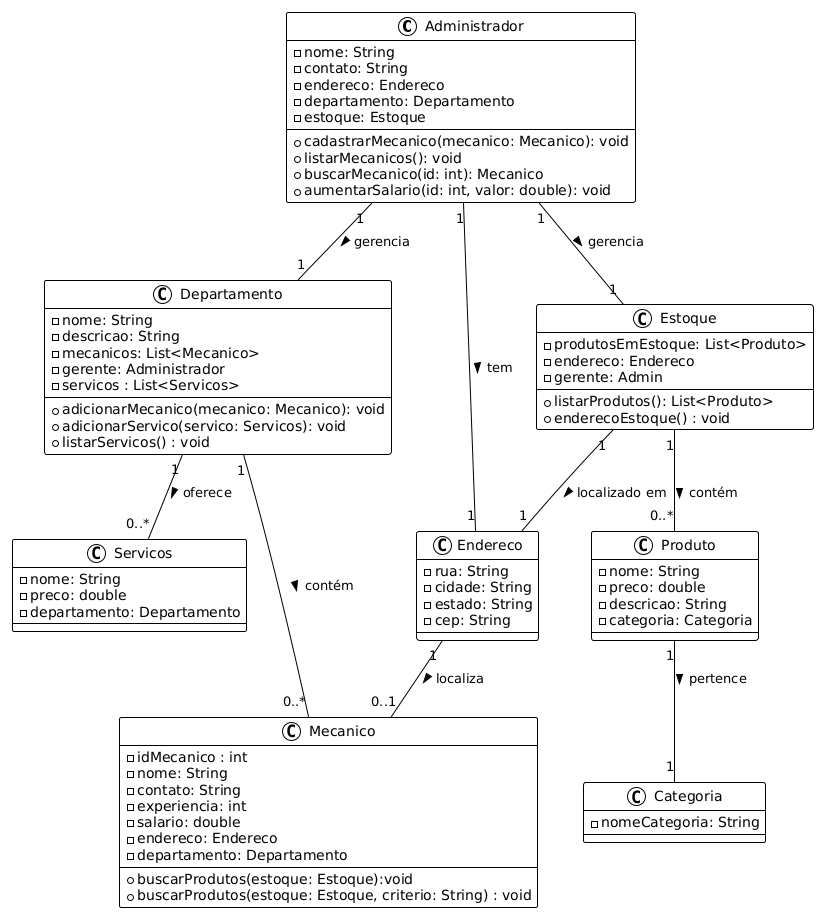
lucasz-g/Sprint-1---Ancora keeps this PlantUML diagram as documentos/Diagrama_Classes.png. Above is the earlier version. Its diagram source:
```plantuml
@startuml
!theme plain

class Administrador {
    - nome: String
    - contato: String
    - endereco: Endereco
    - departamento: Departamento
    - estoque: Estoque
    + cadastrarMecanico(mecanico: Mecanico): void
    + listarMecanicos(): void
    + buscarMecanico(id: int): Mecanico
    + aumentarSalario(id: int, valor: double): void
}

class Mecanico {
    - idMecanico : int
    - nome: String
    - contato: String
    - experiencia: int
    - salario: double
    - endereco: Endereco
    - departamento: Departamento
    + buscarProdutos(estoque: Estoque):void
    + buscarProdutos(estoque: Estoque, criterio: String) : void
}

class Produto {
    - nome: String
    - preco: double
    - descricao: String
    - categoria: Categoria
}

class Servicos {
    - nome: String
    - preco: double
    - departamento: Departamento
}

class Departamento {
    - nome: String
    - descricao: String
    - mecanicos: List<Mecanico>
    - gerente: Administrador
    - servicos : List<Servicos>
    + adicionarMecanico(mecanico: Mecanico): void
    + adicionarServico(servico: Servicos): void
    + listarServicos() : void

}

class Estoque {
    - produtosEmEstoque: List<Produto>
    - endereco: Endereco
    - gerente: Admin
    + listarProdutos(): List<Produto>
    + enderecoEstoque() : void
}

class Categoria {
    - nomeCategoria: String
}

class Endereco {
    - rua: String
    - cidade: String
    - estado: String
    - cep: String
}

Administrador "1" -- "1" Departamento : gerencia >
Administrador "1" -- "1" Estoque : gerencia >
Administrador "1" -- "1" Endereco : tem >
Departamento "1" -- "0..*" Mecanico : contém >
Departamento "1" -- "0..*" Servicos : oferece >
Estoque "1" -- "0..*" Produto : contém >
Estoque "1" -- "1" Endereco : localizado em >
Produto "1" -- "1" Categoria : pertence >
Endereco "1" -- "0..1" Mecanico : localiza >
@enduml
```
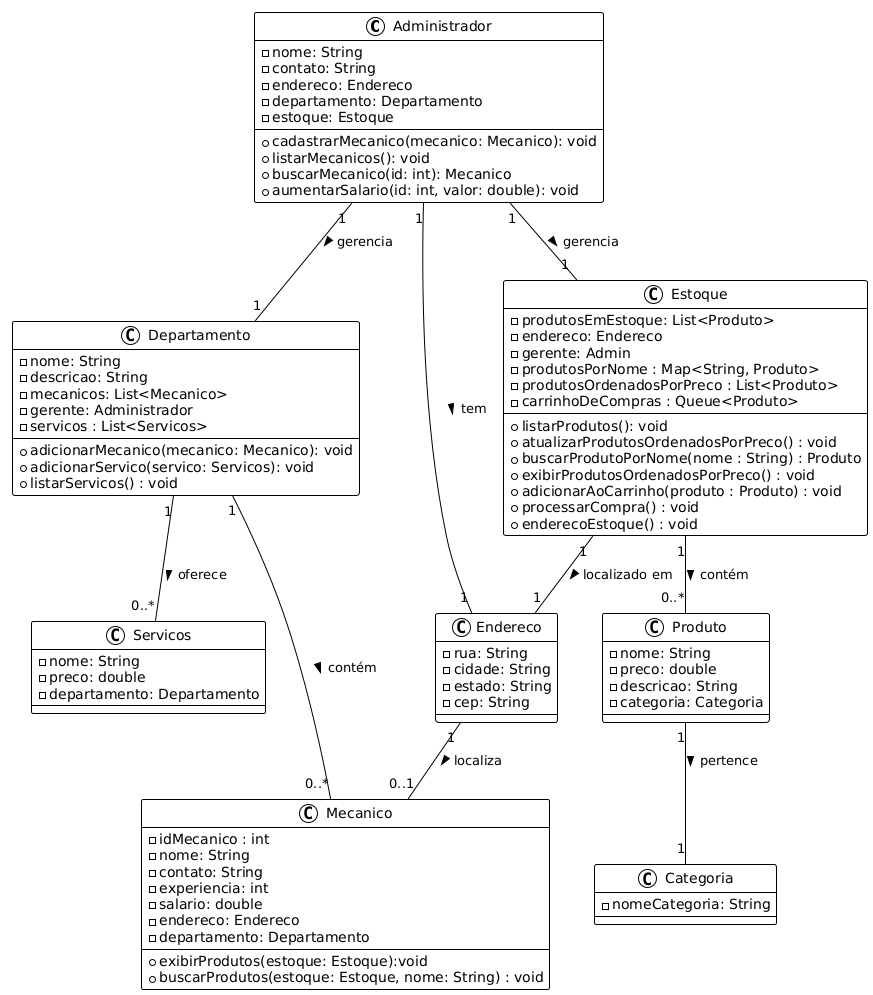
Above is the later version.

What changed in the source:
```diff
@@ -21,8 +21,8 @@
     - salario: double
     - endereco: Endereco
     - departamento: Departamento
-    + buscarProdutos(estoque: Estoque):void
-    + buscarProdutos(estoque: Estoque, criterio: String) : void
+    + exibirProdutos(estoque: Estoque):void
+    + buscarProdutos(estoque: Estoque, nome: String) : void
 }
 
 class Produto {
@@ -54,7 +54,15 @@
     - produtosEmEstoque: List<Produto>
     - endereco: Endereco
     - gerente: Admin
-    + listarProdutos(): List<Produto>
+    - produtosPorNome : Map<String, Produto>
+    - produtosOrdenadosPorPreco : List<Produto>
+    - carrinhoDeCompras : Queue<Produto>
+    + listarProdutos(): void
+    + atualizarProdutosOrdenadosPorPreco() : void
+    + buscarProdutoPorNome(nome : String) : Produto
+    + exibirProdutosOrdenadosPorPreco() : void
+    + adicionarAoCarrinho(produto : Produto) : void
+    + processarCompra() : void
     + enderecoEstoque() : void
 }
 
```
